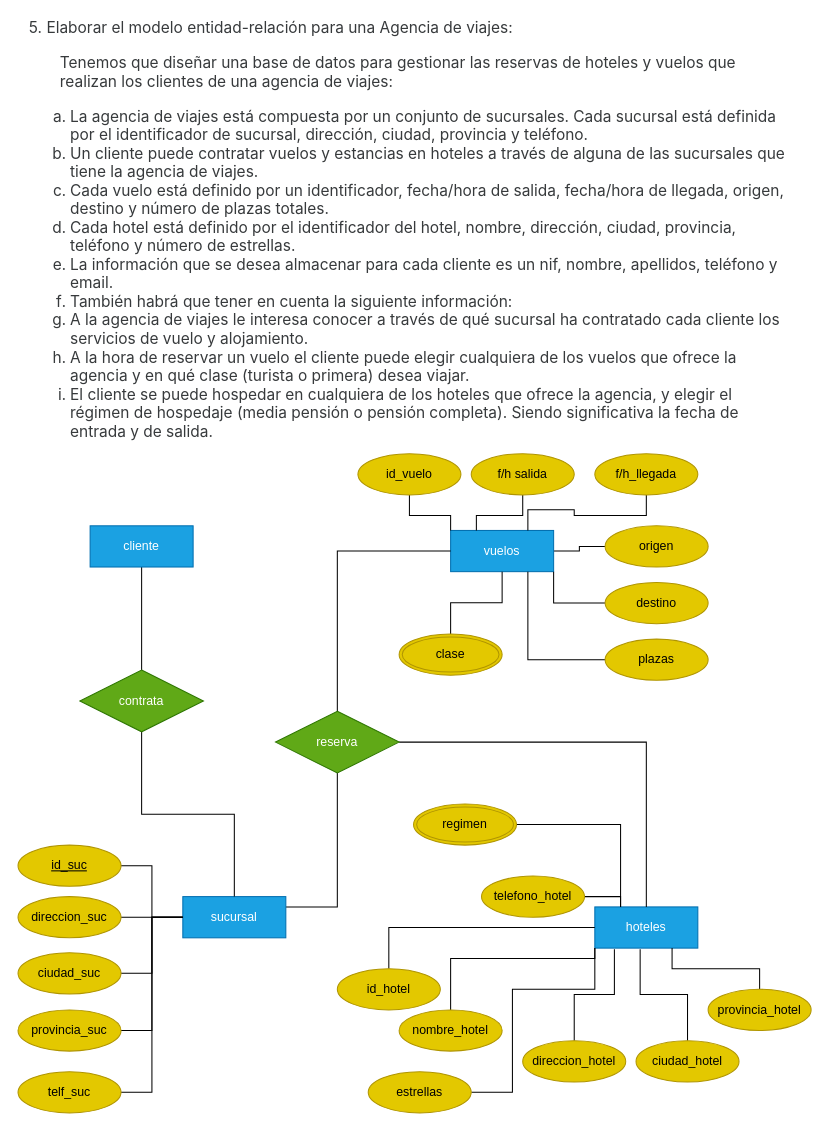
Earlier version of the draw.io diagram drawio/5_agencia_de_viajes.drawio (jcfr4n/diagramas). Source tidied: cells renumbered, new cells numbered last; positions are measured from the earlier drawing's top-left corner, leaving out a move shared by most shapes. Both pictures are drawn from the tidied source at 103%, with x=0, y=0 at pixel (18, 31).
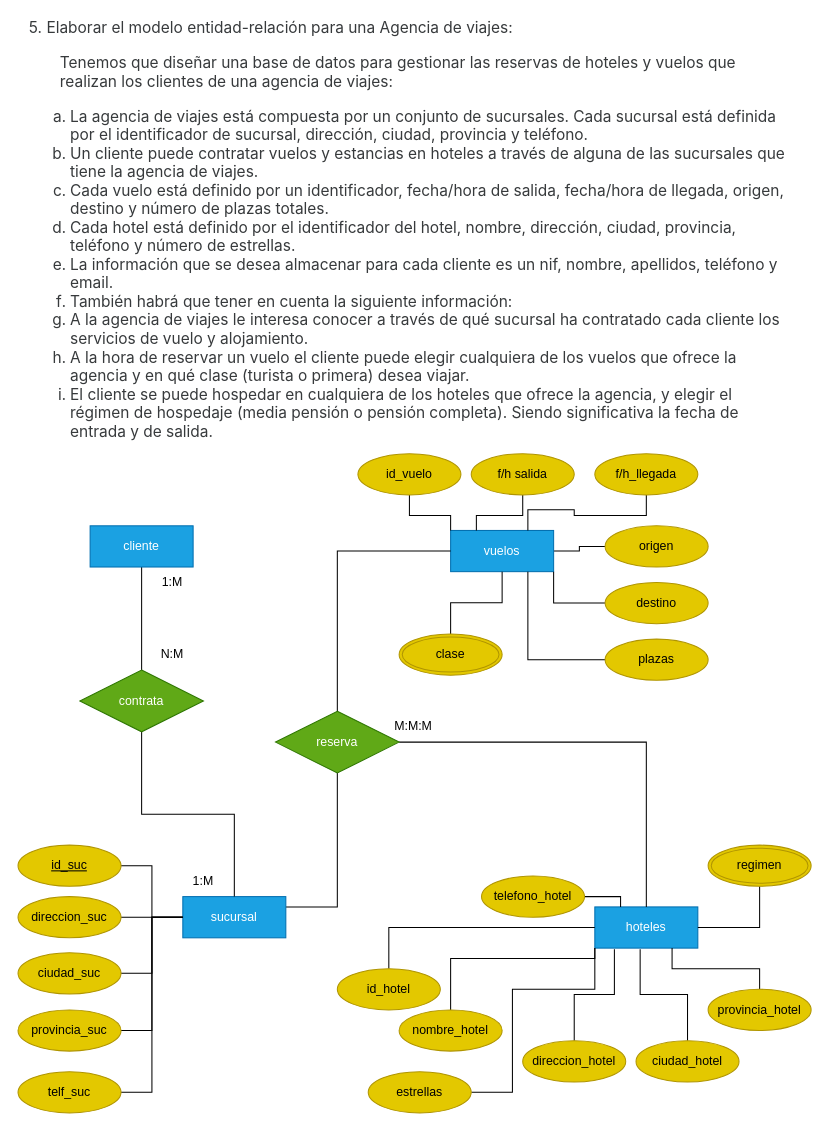
Above is the later version.

Unchanged cells that the change refers to:
```xml
<mxCell id="7" value="hoteles" style="whiteSpace=wrap;html=1;align=center;fillColor=#1ba1e2;fontColor=#ffffff;strokeColor=#006EAF;" parent="1" vertex="1">
  <mxGeometry x="560" y="850" width="100" height="40" as="geometry" />
</mxCell>
```

Diff of the diagram source:
```diff
@@
-    <mxCell id="52" style="edgeStyle=orthogonalEdgeStyle;rounded=0;jettySize=auto;html=1;exitX=1;exitY=0.5;exitDx=0;exitDy=0;entryX=0.25;entryY=0;entryDx=0;entryDy=0;endArrow=none;endFill=0;" parent="1" edge="1" source="53" target="7">
+    <mxCell id="52" style="edgeStyle=orthogonalEdgeStyle;rounded=0;jettySize=auto;html=1;exitX=0.5;exitY=1;exitDx=0;exitDy=0;entryX=1;entryY=0.5;entryDx=0;entryDy=0;endArrow=none;endFill=0;" parent="1" edge="1" source="53" target="7">
       <mxGeometry relative="1" as="geometry" />
     </mxCell>
     <mxCell id="53" value="regimen" style="ellipse;shape=doubleEllipse;margin=3;whiteSpace=wrap;html=1;align=center;fillColor=#e3c800;fontColor=#000000;strokeColor=#B09500;" parent="1" vertex="1">
-      <mxGeometry x="384" y="750" width="100" height="40" as="geometry" />
+      <mxGeometry x="670" y="790" width="100" height="40" as="geometry" />
     </mxCell>
+    <mxCell id="54" value="1:M" style="text;html=1;strokeColor=none;fillColor=none;align=center;verticalAlign=middle;whiteSpace=wrap;rounded=0;" parent="1" vertex="1">
+      <mxGeometry x="150" y="810" width="60" height="30" as="geometry" />
+    </mxCell>
+    <mxCell id="55" value="1:M" style="text;html=1;strokeColor=none;fillColor=none;align=center;verticalAlign=middle;whiteSpace=wrap;rounded=0;" parent="1" vertex="1">
+      <mxGeometry x="120" y="520" width="60" height="30" as="geometry" />
+    </mxCell>
+    <mxCell id="56" value="N:M" style="text;html=1;strokeColor=none;fillColor=none;align=center;verticalAlign=middle;whiteSpace=wrap;rounded=0;" parent="1" vertex="1">
+      <mxGeometry x="120" y="590" width="60" height="30" as="geometry" />
+    </mxCell>
+    <mxCell id="57" value="M:M:M" style="text;html=1;strokeColor=none;fillColor=none;align=center;verticalAlign=middle;whiteSpace=wrap;rounded=0;" parent="1" vertex="1">
+      <mxGeometry x="354" y="660" width="60" height="30" as="geometry" />
+    </mxCell>
```
